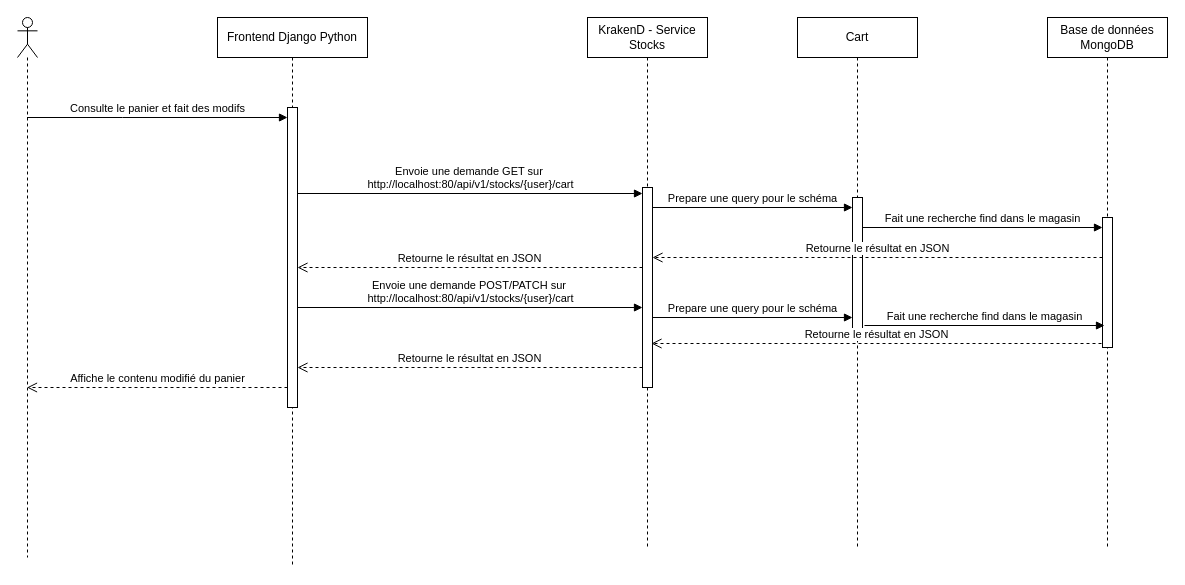
Before: docs/UML/Vues_de_processus/diag_voir_gerer_panier.drawio in PraMaks/LOG430_Labo_0, a draw.io diagram. Source tidied: cells renumbered, new cells numbered last; positions are measured from the earlier drawing's top-left corner, leaving out a move shared by most shapes. Both pictures are drawn from the tidied source at 100%, with x=0, y=0 at pixel (17, 17).
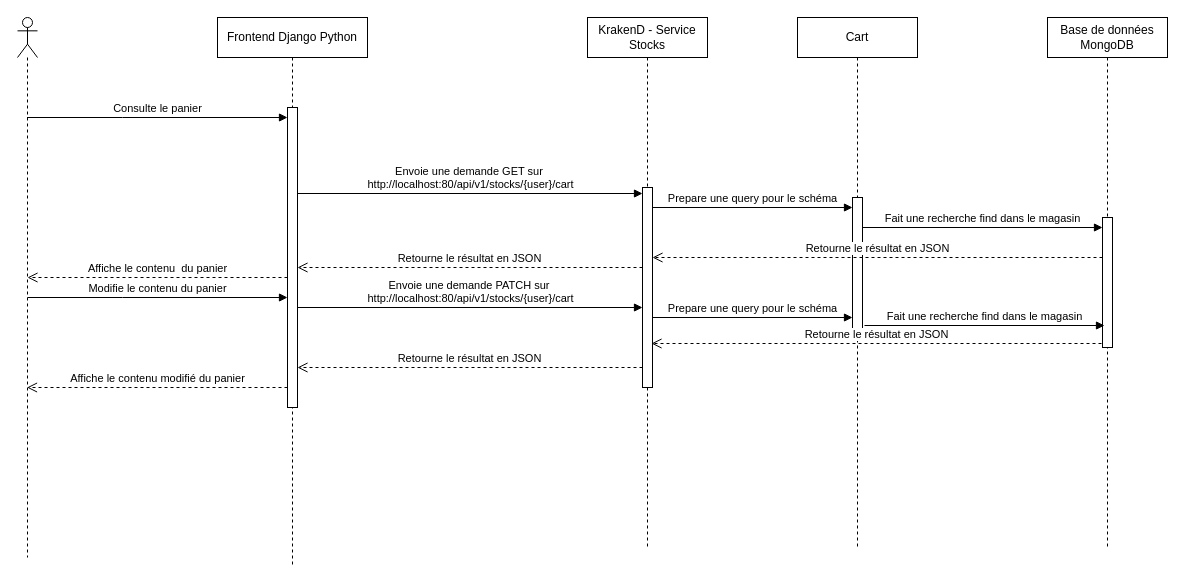
After the change.

Commit message (it also covers changes not shown here):
Ajout de la validation pour la demande de reappo + succes/echecs si un des services tombe

The change refers to these unchanged cells:
```xml
<mxCell id="3" style="html=1;points=[];perimeter=orthogonalPerimeter;outlineConnect=0;targetShapes=umlLifeline;portConstraint=eastwest;newEdgeStyle={&quot;edgeStyle&quot;:&quot;elbowEdgeStyle&quot;,&quot;elbow&quot;:&quot;vertical&quot;,&quot;curved&quot;:0,&quot;rounded&quot;:0};" parent="2" vertex="1">
  <mxGeometry x="70" y="90" width="10" height="300" as="geometry" />
</mxCell>
<mxCell id="5" style="shape=umlLifeline;perimeter=lifelinePerimeter;whiteSpace=wrap;html=1;outlineConnect=0;portConstraint=eastwest;newEdgeStyle={&quot;curved&quot;:0,&quot;rounded&quot;:0};participant=umlActor;" parent="1" vertex="1">
  <mxGeometry width="20" height="540" as="geometry" />
</mxCell>
```

What changed in the source:
```diff
@@
-    <mxCell id="4" value="Consulte le panier et fait des modifs" style="html=1;verticalAlign=bottom;endArrow=block;edgeStyle=elbowEdgeStyle;elbow=vertical;curved=0;rounded=0;" parent="1" edge="1" source="5" target="3">
+    <mxCell id="4" value="Consulte le panier" style="html=1;verticalAlign=bottom;endArrow=block;edgeStyle=elbowEdgeStyle;elbow=vertical;curved=0;rounded=0;" parent="1" edge="1" source="5" target="3">
       <mxGeometry relative="1" as="geometry">
         <Array as="points">
           <mxPoint x="105" y="100" />
         </Array>
       </mxGeometry>
     </mxCell>
@@
-    <mxCell id="17" value="Envoie une demande POST/PATCH sur&amp;nbsp;&lt;div&gt;http://localhost:80/api/v1/stocks/{user}/cart&lt;/div&gt;" style="html=1;verticalAlign=bottom;endArrow=block;edgeStyle=elbowEdgeStyle;elbow=vertical;curved=0;rounded=0;" parent="1" edge="1">
+    <mxCell id="17" value="Envoie une demande PATCH sur&amp;nbsp;&lt;div&gt;http://localhost:80/api/v1/stocks/{user}/cart&lt;/div&gt;" style="html=1;verticalAlign=bottom;endArrow=block;edgeStyle=elbowEdgeStyle;elbow=vertical;curved=0;rounded=0;" parent="1" edge="1">
       <mxGeometry relative="1" as="geometry">
         <mxPoint x="280" y="290" as="sourcePoint" />
         <mxPoint x="625" y="290" as="targetPoint" />
         <Array as="points">
           <mxPoint x="385.5" y="290" />
         </Array>
       </mxGeometry>
     </mxCell>
@@
+    <mxCell id="23" value="Modifie le contenu du panier" style="html=1;verticalAlign=bottom;endArrow=block;edgeStyle=elbowEdgeStyle;elbow=vertical;curved=0;rounded=0;" parent="1" edge="1">
+      <mxGeometry relative="1" as="geometry">
+        <mxPoint x="10" y="280" as="sourcePoint" />
+        <mxPoint x="270" y="280" as="targetPoint" />
+        <Array as="points">
+          <mxPoint x="105" y="280" />
+        </Array>
+      </mxGeometry>
+    </mxCell>
+    <mxCell id="24" value="Affiche le contenu&amp;nbsp; du panier" style="html=1;verticalAlign=bottom;endArrow=open;dashed=1;endSize=8;edgeStyle=elbowEdgeStyle;elbow=vertical;curved=0;rounded=0;" parent="1" edge="1">
+      <mxGeometry relative="1" as="geometry">
+        <mxPoint x="270" y="260" as="sourcePoint" />
+        <mxPoint x="10" y="260" as="targetPoint" />
+        <Array as="points">
+          <mxPoint x="210.3" y="260" />
+        </Array>
+      </mxGeometry>
+    </mxCell>
```
